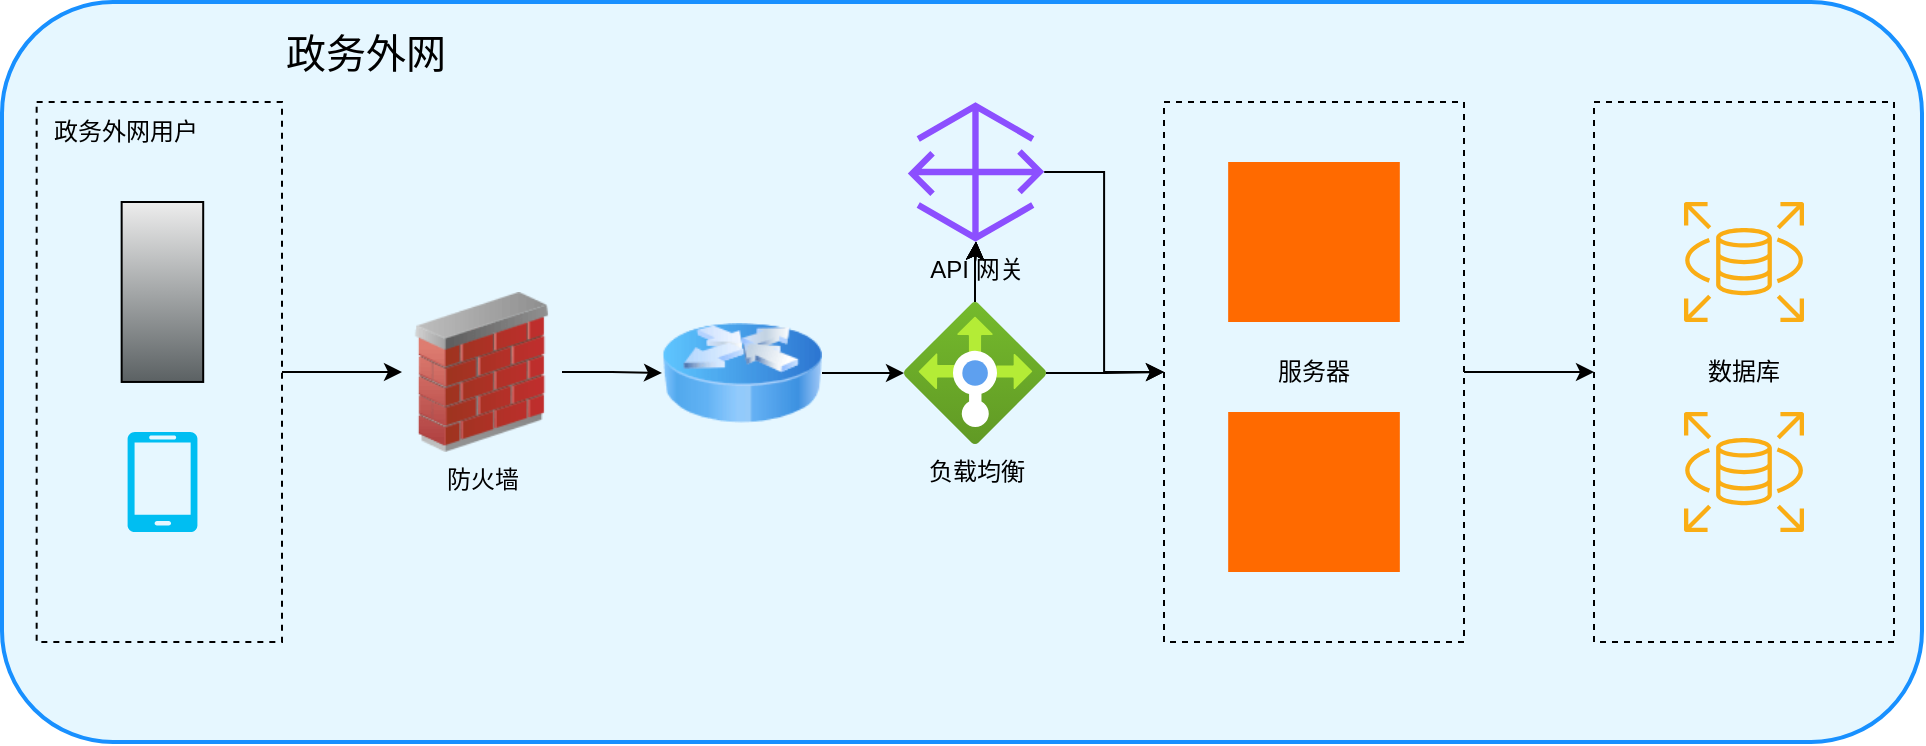
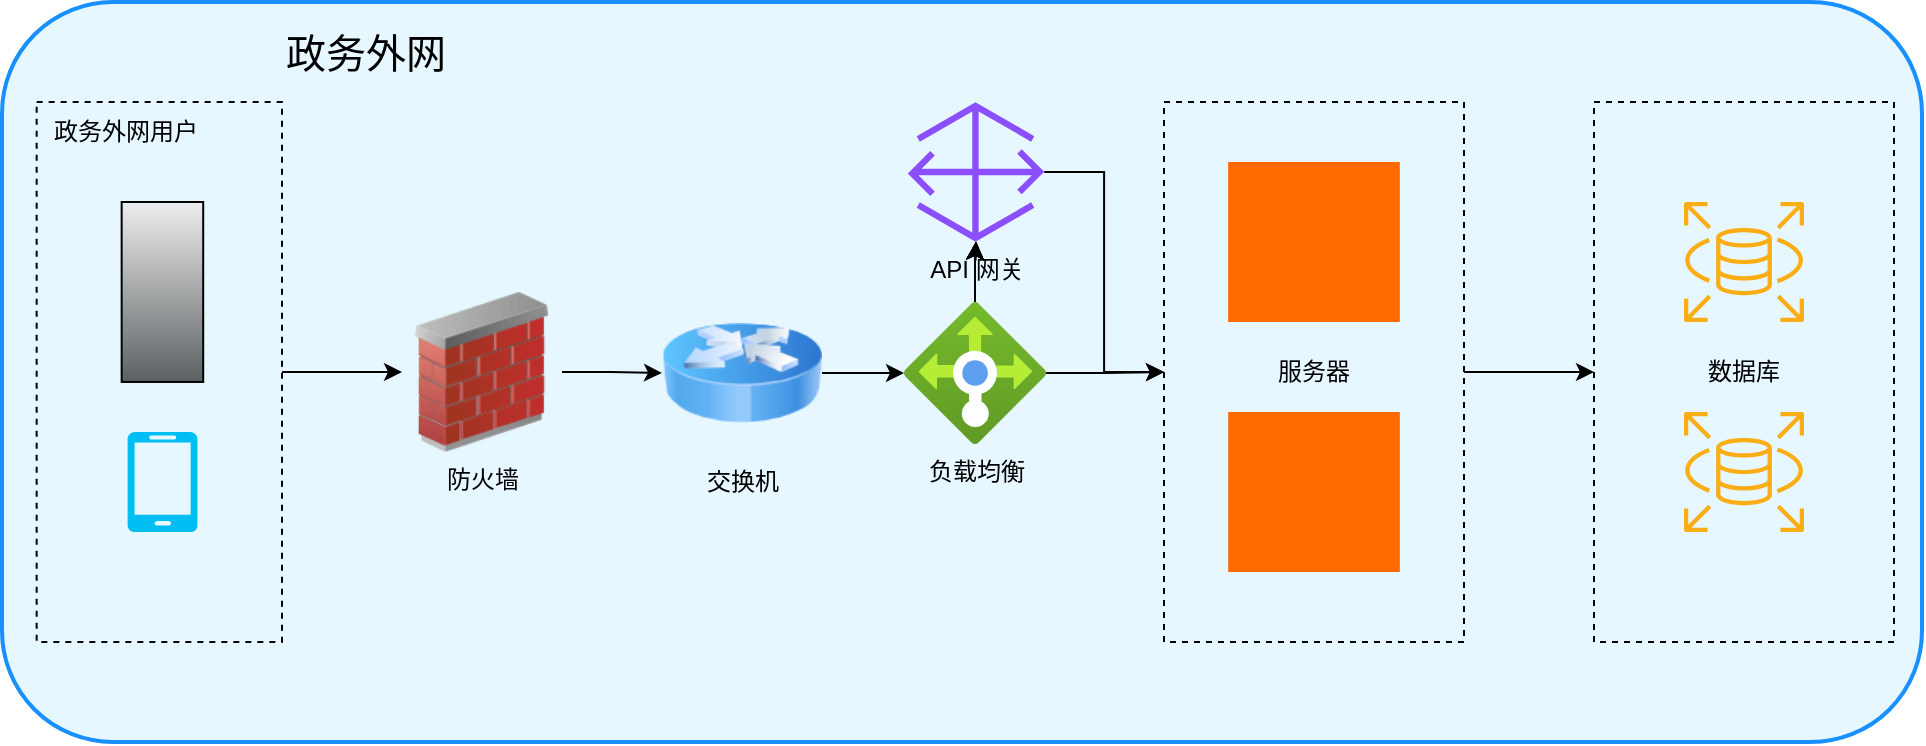
<mxfile host="app.diagrams.net">
  <diagram name="政务内网架构图" id="5ZzNL0nc71fbL6efcmwA">
    <mxGraphModel dx="129" dy="546" grid="1" gridSize="10" guides="1" tooltips="1" connect="1" arrows="1" fold="1" page="1" pageScale="1" pageWidth="827" pageHeight="1169" math="0" shadow="0">
      <root>
        <mxCell id="0" />
        <mxCell id="1" parent="0" />
        <mxCell id="umCU5VV7zzq28CVUsTIU-4" parent="1" style="rounded=1;whiteSpace=wrap;html=1;fillColor=light-dark(#E6F7FF,#FFFFFF);strokeColor=#1890ff;strokeWidth=2;" value="" vertex="1">
          <mxGeometry height="370" width="960" x="960" y="110" as="geometry" />
        </mxCell>
        <mxCell id="umCU5VV7zzq28CVUsTIU-5" edge="1" parent="1" source="umCU5VV7zzq28CVUsTIU-6" style="edgeStyle=orthogonalEdgeStyle;rounded=0;orthogonalLoop=1;jettySize=auto;html=1;strokeColor=light-dark(#000000,#000000);" target="umCU5VV7zzq28CVUsTIU-7">
          <mxGeometry relative="1" as="geometry" />
        </mxCell>
        <mxCell id="umCU5VV7zzq28CVUsTIU-6" parent="1" style="rounded=0;whiteSpace=wrap;html=1;fillColor=none;strokeColor=light-dark(#000000,#000000);dashed=1;" value="&lt;font style=&quot;color: light-dark(rgb(0, 0, 0), rgb(0, 0, 0));&quot;&gt;服务器&lt;/font&gt;" vertex="1">
          <mxGeometry height="270" width="150" x="1541" y="160" as="geometry" />
        </mxCell>
        <mxCell id="umCU5VV7zzq28CVUsTIU-7" parent="1" style="rounded=0;whiteSpace=wrap;html=1;fillColor=none;strokeColor=light-dark(#000000,#000000);dashed=1;" value="&lt;font style=&quot;color: light-dark(rgb(0, 0, 0), rgb(0, 0, 0));&quot;&gt;数据库&lt;/font&gt;" vertex="1">
          <mxGeometry height="270" width="150" x="1756" y="160" as="geometry" />
        </mxCell>
        <mxCell id="umCU5VV7zzq28CVUsTIU-8" parent="1" style="shape=mxgraph.aws4.rds;html=1;strokeColor=#000000;fillColor=#faad14;" value="" vertex="1">
          <mxGeometry height="60" width="60" x="1801" y="210" as="geometry" />
        </mxCell>
        <mxCell id="umCU5VV7zzq28CVUsTIU-9" parent="1" style="shape=mxgraph.aws4.rds;html=1;strokeColor=#000000;fillColor=#faad14;" value="" vertex="1">
          <mxGeometry height="60" width="60" x="1801" y="315" as="geometry" />
        </mxCell>
        <mxCell id="umCU5VV7zzq28CVUsTIU-10" edge="1" parent="1" source="umCU5VV7zzq28CVUsTIU-11" style="edgeStyle=orthogonalEdgeStyle;rounded=0;orthogonalLoop=1;jettySize=auto;html=1;entryX=0;entryY=0.5;entryDx=0;entryDy=0;strokeColor=light-dark(#000000,#000000);" target="umCU5VV7zzq28CVUsTIU-16">
          <mxGeometry relative="1" as="geometry" />
        </mxCell>
        <mxCell id="umCU5VV7zzq28CVUsTIU-11" parent="1" style="rounded=0;whiteSpace=wrap;html=1;fillColor=none;strokeColor=light-dark(#000000,#000000);dashed=1;" value="" vertex="1">
          <mxGeometry height="270" width="122.67" x="977.3299999999999" y="160" as="geometry" />
        </mxCell>
        <mxCell id="umCU5VV7zzq28CVUsTIU-12" parent="1" style="shape=mxgraph.networks2.icon;aspect=fixed;fillColor=#EDEDED;strokeColor=#000000;gradientColor=#5B6163;network2IconShadow=1;network2bgFillColor=none;labelPosition=center;verticalLabelPosition=bottom;align=center;verticalAlign=top;network2Icon=mxgraph.networks2.desktop_pc;network2IconXOffset=-0.0034;network2IconYOffset=0.00035;network2IconW=0.453;network2IconH=0.9995;" value="" vertex="1">
          <mxGeometry height="89.98" width="40.77" x="1019.8299999999999" y="210" as="geometry" />
        </mxCell>
        <mxCell id="umCU5VV7zzq28CVUsTIU-13" parent="1" style="text;html=1;whiteSpace=wrap;strokeColor=none;fillColor=none;align=left;verticalAlign=middle;rounded=0;fontSize=20;fontColor=light-dark(#000000,#000000);" value="政务外网" vertex="1">
          <mxGeometry height="50" width="170" x="1100" y="110" as="geometry" />
        </mxCell>
        <mxCell id="umCU5VV7zzq28CVUsTIU-14" parent="1" style="text;html=1;whiteSpace=wrap;strokeColor=none;fillColor=none;align=center;verticalAlign=middle;rounded=0;fontColor=light-dark(#000000,#000000);" value="政务外网用户" vertex="1">
          <mxGeometry height="30" width="90" x="977.33" y="160" as="geometry" />
        </mxCell>
        <mxCell id="umCU5VV7zzq28CVUsTIU-15" edge="1" parent="1" source="umCU5VV7zzq28CVUsTIU-16" style="edgeStyle=orthogonalEdgeStyle;rounded=0;orthogonalLoop=1;jettySize=auto;html=1;entryX=0;entryY=0.5;entryDx=0;entryDy=0;strokeColor=light-dark(#000000,#000000);" target="umCU5VV7zzq28CVUsTIU-31">
          <mxGeometry relative="1" as="geometry" />
        </mxCell>
        <mxCell id="umCU5VV7zzq28CVUsTIU-16" parent="1" style="image;html=1;image=img/lib/clip_art/networking/Firewall_02_128x128.png;labelBackgroundColor=none;" value="&lt;span style=&quot;&quot;&gt;&lt;font style=&quot;color: light-dark(rgb(0, 0, 0), rgb(0, 0, 0));&quot;&gt;防火墙&lt;/font&gt;&lt;/span&gt;" vertex="1">
          <mxGeometry height="80" width="80" x="1160" y="255" as="geometry" />
        </mxCell>
        <mxCell id="umCU5VV7zzq28CVUsTIU-17" edge="1" parent="1" source="umCU5VV7zzq28CVUsTIU-24" style="edgeStyle=orthogonalEdgeStyle;rounded=0;orthogonalLoop=1;jettySize=auto;html=1;entryX=0;entryY=0.5;entryDx=0;entryDy=0;strokeColor=light-dark(#000000,#000000);" target="umCU5VV7zzq28CVUsTIU-6">
          <mxGeometry relative="1" as="geometry" />
        </mxCell>
        <mxCell id="umCU5VV7zzq28CVUsTIU-18" edge="1" parent="1" source="umCU5VV7zzq28CVUsTIU-24" style="edgeStyle=orthogonalEdgeStyle;rounded=0;orthogonalLoop=1;jettySize=auto;html=1;" target="umCU5VV7zzq28CVUsTIU-29">
          <mxGeometry relative="1" as="geometry" />
        </mxCell>
        <mxCell id="umCU5VV7zzq28CVUsTIU-19" edge="1" parent="1" source="umCU5VV7zzq28CVUsTIU-24" style="edgeStyle=orthogonalEdgeStyle;rounded=0;orthogonalLoop=1;jettySize=auto;html=1;" target="umCU5VV7zzq28CVUsTIU-29">
          <mxGeometry relative="1" as="geometry" />
        </mxCell>
        <mxCell id="umCU5VV7zzq28CVUsTIU-20" edge="1" parent="1" source="umCU5VV7zzq28CVUsTIU-24" style="edgeStyle=orthogonalEdgeStyle;rounded=0;orthogonalLoop=1;jettySize=auto;html=1;" target="umCU5VV7zzq28CVUsTIU-29">
          <mxGeometry relative="1" as="geometry" />
        </mxCell>
        <mxCell id="umCU5VV7zzq28CVUsTIU-21" edge="1" parent="1" source="umCU5VV7zzq28CVUsTIU-24" style="edgeStyle=orthogonalEdgeStyle;rounded=0;orthogonalLoop=1;jettySize=auto;html=1;" target="umCU5VV7zzq28CVUsTIU-29">
          <mxGeometry relative="1" as="geometry" />
        </mxCell>
        <mxCell id="umCU5VV7zzq28CVUsTIU-22" edge="1" parent="1" source="umCU5VV7zzq28CVUsTIU-24" style="edgeStyle=orthogonalEdgeStyle;rounded=0;orthogonalLoop=1;jettySize=auto;html=1;" target="umCU5VV7zzq28CVUsTIU-29">
          <mxGeometry relative="1" as="geometry" />
        </mxCell>
        <mxCell id="umCU5VV7zzq28CVUsTIU-23" edge="1" parent="1" source="umCU5VV7zzq28CVUsTIU-24" style="edgeStyle=orthogonalEdgeStyle;rounded=0;orthogonalLoop=1;jettySize=auto;html=1;strokeColor=light-dark(#000000,#000000);" target="umCU5VV7zzq28CVUsTIU-29">
          <mxGeometry relative="1" as="geometry" />
        </mxCell>
        <mxCell id="umCU5VV7zzq28CVUsTIU-24" parent="1" style="image;aspect=fixed;html=1;points=[];align=center;fontSize=12;image=img/lib/azure2/networking/Load_Balancers.svg;fontColor=light-dark(#000000,#000000);labelBackgroundColor=none;" value="&lt;span style=&quot;&quot;&gt;负载&lt;/span&gt;&lt;span&gt;均衡&lt;/span&gt;" vertex="1">
          <mxGeometry height="71" width="71" x="1411" y="260" as="geometry" />
        </mxCell>
        <mxCell id="umCU5VV7zzq28CVUsTIU-25" parent="1" style="points=[];aspect=fixed;html=1;align=center;shadow=0;dashed=0;fillColor=#FF6A00;strokeColor=none;shape=mxgraph.alibaba_cloud.ecs_elastic_compute_service;" value="" vertex="1">
          <mxGeometry height="80" width="85.83" x="1573.08" y="190" as="geometry" />
        </mxCell>
        <mxCell id="umCU5VV7zzq28CVUsTIU-26" parent="1" style="points=[];aspect=fixed;html=1;align=center;shadow=0;dashed=0;fillColor=#FF6A00;strokeColor=none;shape=mxgraph.alibaba_cloud.ecs_elastic_compute_service;" value="" vertex="1">
          <mxGeometry height="80" width="85.83" x="1573.0900000000001" y="315" as="geometry" />
        </mxCell>
        <mxCell id="umCU5VV7zzq28CVUsTIU-27" parent="1" style="verticalLabelPosition=bottom;html=1;verticalAlign=top;align=center;strokeColor=none;fillColor=#00BEF2;shape=mxgraph.azure.mobile;pointerEvents=1;" value="" vertex="1">
          <mxGeometry height="50" width="35" x="1022.71" y="325" as="geometry" />
        </mxCell>
        <mxCell id="umCU5VV7zzq28CVUsTIU-28" edge="1" parent="1" source="umCU5VV7zzq28CVUsTIU-29" style="edgeStyle=orthogonalEdgeStyle;rounded=0;orthogonalLoop=1;jettySize=auto;html=1;entryX=0;entryY=0.5;entryDx=0;entryDy=0;strokeColor=light-dark(#000000,#000000);" target="umCU5VV7zzq28CVUsTIU-6">
          <mxGeometry relative="1" as="geometry" />
        </mxCell>
        <mxCell id="umCU5VV7zzq28CVUsTIU-29" parent="1" style="sketch=0;outlineConnect=0;fontColor=#232F3E;gradientColor=none;fillColor=#8C4FFF;strokeColor=none;dashed=0;verticalLabelPosition=bottom;verticalAlign=top;align=center;html=1;fontSize=12;fontStyle=0;aspect=fixed;pointerEvents=1;shape=mxgraph.aws4.gateway;" value="&lt;font style=&quot;color: light-dark(rgb(0, 0, 0), rgb(0, 0, 0));&quot;&gt;API 网关&lt;/font&gt;" vertex="1">
          <mxGeometry height="70" width="68.2" x="1412.8999999999999" y="160" as="geometry" />
        </mxCell>
        <mxCell id="umCU5VV7zzq28CVUsTIU-30" edge="1" parent="1" source="umCU5VV7zzq28CVUsTIU-31" style="edgeStyle=orthogonalEdgeStyle;rounded=0;orthogonalLoop=1;jettySize=auto;html=1;strokeColor=light-dark(#000000,#000000);" target="umCU5VV7zzq28CVUsTIU-24">
          <mxGeometry relative="1" as="geometry" />
        </mxCell>
-         <mxCell id="umCU5VV7zzq28CVUsTIU-31" parent="1" style="image;html=1;image=img/lib/clip_art/networking/Router_Icon_128x128.png" value="" vertex="1">
+         <mxCell id="umCU5VV7zzq28CVUsTIU-31" parent="1" style="image;html=1;image=img/lib/clip_art/networking/Router_Icon_128x128.png;labelBackgroundColor=none;fontColor=light-dark(#000000,#000000);" value="交换机" vertex="1">
          <mxGeometry height="80" width="80" x="1290" y="255.5" as="geometry" />
        </mxCell>
      </root>
    </mxGraphModel>
  </diagram>
</mxfile>
